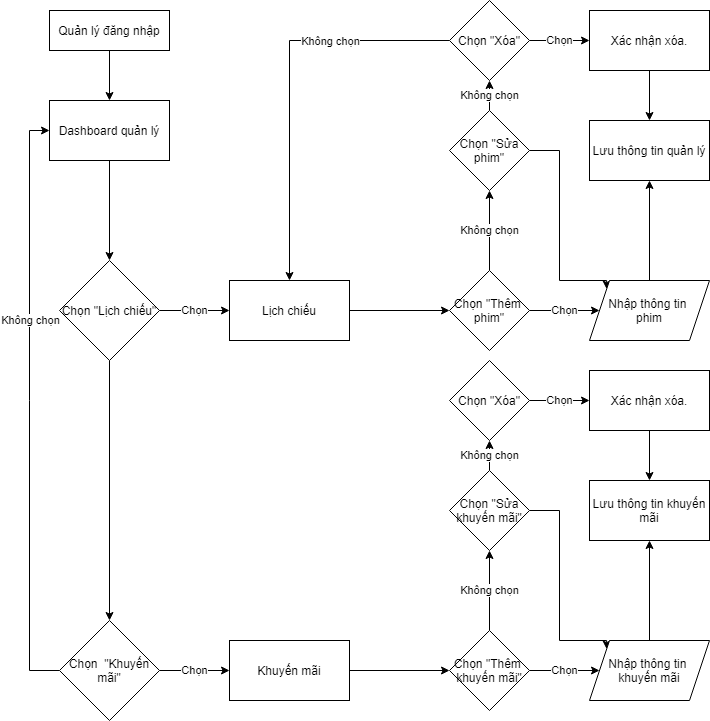
The draw.io diagram Report2_System_Design/GCF Charts/GCF_Manager.png in baolongnguyenmac/CinemaManagementSystem, before a commit. Source tidied: cells renumbered, new cells last; positions are measured from the earlier drawing's top-left corner, leaving out a move shared by most shapes. Its diagram source:
```xml
<mxGraphModel>
  <root>
    <mxCell id="0" />
    <mxCell id="1" parent="0" />
    <mxCell id="2" style="edgeStyle=orthogonalEdgeStyle;rounded=0;jettySize=auto;html=1;exitX=0.5;exitY=1;exitDx=0;exitDy=0;entryX=0.5;entryY=0;entryDx=0;entryDy=0;" parent="1" edge="1" source="3" target="5">
      <mxGeometry relative="1" as="geometry" />
    </mxCell>
    <mxCell id="3" value="Quản lý đăng nhập" style="rounded=0;whiteSpace=wrap;html=1;fontSize=12;glass=0;strokeWidth=1;shadow=0;" parent="1" vertex="1">
      <mxGeometry x="20" y="10" width="120" height="40" as="geometry" />
    </mxCell>
    <mxCell id="4" style="edgeStyle=orthogonalEdgeStyle;rounded=0;jettySize=auto;html=1;entryX=0.5;entryY=0;entryDx=0;entryDy=0;" parent="1" edge="1" source="5" target="8">
      <mxGeometry relative="1" as="geometry" />
    </mxCell>
    <mxCell id="5" value="Dashboard quản lý" style="rounded=0;whiteSpace=wrap;html=1;" parent="1" vertex="1">
      <mxGeometry x="20" y="100" width="120" height="60" as="geometry" />
    </mxCell>
    <mxCell id="6" value="Chọn" style="edgeStyle=orthogonalEdgeStyle;rounded=0;jettySize=auto;html=1;" parent="1" edge="1" source="8" target="10">
      <mxGeometry relative="1" as="geometry" />
    </mxCell>
    <mxCell id="7" style="edgeStyle=orthogonalEdgeStyle;rounded=0;jettySize=auto;html=1;" parent="1" edge="1" source="8" target="29">
      <mxGeometry relative="1" as="geometry" />
    </mxCell>
    <mxCell id="8" value="Chọn &quot;Lịch chiếu&quot;" style="rhombus;whiteSpace=wrap;html=1;" parent="1" vertex="1">
      <mxGeometry x="30" y="260" width="100" height="100" as="geometry" />
    </mxCell>
    <mxCell id="9" style="edgeStyle=orthogonalEdgeStyle;rounded=0;jettySize=auto;html=1;" parent="1" edge="1" source="10" target="13">
      <mxGeometry relative="1" as="geometry" />
    </mxCell>
    <mxCell id="10" value="Lịch chiếu" style="whiteSpace=wrap;html=1;" parent="1" vertex="1">
      <mxGeometry x="200" y="280" width="120" height="60" as="geometry" />
    </mxCell>
    <mxCell id="11" value="Không chọn" style="edgeStyle=orthogonalEdgeStyle;rounded=0;jettySize=auto;html=1;" parent="1" edge="1" source="13" target="16">
      <mxGeometry relative="1" as="geometry" />
    </mxCell>
    <mxCell id="12" value="Chọn" style="edgeStyle=orthogonalEdgeStyle;rounded=0;jettySize=auto;html=1;" parent="1" edge="1" source="13" target="22">
      <mxGeometry relative="1" as="geometry" />
    </mxCell>
    <mxCell id="13" value="Chọn &quot;Thêm&amp;nbsp; phim&quot;" style="rhombus;whiteSpace=wrap;html=1;" parent="1" vertex="1">
      <mxGeometry x="420" y="270" width="80" height="80" as="geometry" />
    </mxCell>
    <mxCell id="14" value="Không chọn" style="edgeStyle=orthogonalEdgeStyle;rounded=0;jettySize=auto;html=1;" parent="1" edge="1" source="16" target="20">
      <mxGeometry relative="1" as="geometry" />
    </mxCell>
    <mxCell id="15" style="edgeStyle=orthogonalEdgeStyle;rounded=0;jettySize=auto;html=1;entryX=0;entryY=0;entryDx=0;entryDy=0;" parent="1" edge="1" source="16" target="22">
      <mxGeometry relative="1" as="geometry">
        <Array as="points">
          <mxPoint x="530" y="150" />
          <mxPoint x="530" y="280" />
          <mxPoint x="577" y="280" />
        </Array>
      </mxGeometry>
    </mxCell>
    <mxCell id="16" value="Chọn &quot;Sửa phim&quot;" style="rhombus;whiteSpace=wrap;html=1;" parent="1" vertex="1">
      <mxGeometry x="420" y="110" width="80" height="80" as="geometry" />
    </mxCell>
    <mxCell id="17" value="Chọn" style="edgeStyle=orthogonalEdgeStyle;rounded=0;jettySize=auto;html=1;" parent="1" edge="1" source="20" target="25">
      <mxGeometry relative="1" as="geometry" />
    </mxCell>
    <mxCell id="18" style="edgeStyle=orthogonalEdgeStyle;rounded=0;jettySize=auto;html=1;entryX=0.5;entryY=0;entryDx=0;entryDy=0;" parent="1" edge="1" source="20" target="10">
      <mxGeometry relative="1" as="geometry" />
    </mxCell>
    <mxCell id="19" value="Không chọn" style="edgeLabel;html=1;align=center;verticalAlign=middle;" parent="18" vertex="1">
      <mxGeometry x="-0.4" relative="1" as="geometry" />
    </mxCell>
    <mxCell id="20" value="Chọn &quot;Xóa&quot;" style="rhombus;whiteSpace=wrap;html=1;" parent="1" vertex="1">
      <mxGeometry x="420" width="80" height="80" as="geometry" />
    </mxCell>
    <mxCell id="21" style="edgeStyle=orthogonalEdgeStyle;rounded=0;jettySize=auto;html=1;" parent="1" edge="1" source="22" target="23">
      <mxGeometry relative="1" as="geometry" />
    </mxCell>
    <mxCell id="22" value="Nhập thông tin &lt;br&gt;phim" style="shape=parallelogram;perimeter=parallelogramPerimeter;whiteSpace=wrap;html=1;fixedSize=1;" parent="1" vertex="1">
      <mxGeometry x="560" y="280" width="120" height="60" as="geometry" />
    </mxCell>
    <mxCell id="23" value="Lưu thông tin quản lý" style="whiteSpace=wrap;html=1;" parent="1" vertex="1">
      <mxGeometry x="560" y="120" width="120" height="60" as="geometry" />
    </mxCell>
    <mxCell id="24" style="edgeStyle=orthogonalEdgeStyle;rounded=0;jettySize=auto;html=1;" parent="1" edge="1" source="25" target="23">
      <mxGeometry relative="1" as="geometry" />
    </mxCell>
    <mxCell id="25" value="Xác nhận xóa." style="whiteSpace=wrap;html=1;" parent="1" vertex="1">
      <mxGeometry x="560" y="10" width="120" height="60" as="geometry" />
    </mxCell>
    <mxCell id="26" value="Chọn" style="edgeStyle=orthogonalEdgeStyle;rounded=0;jettySize=auto;html=1;" parent="1" edge="1" source="29" target="31">
      <mxGeometry relative="1" as="geometry" />
    </mxCell>
    <mxCell id="27" style="edgeStyle=orthogonalEdgeStyle;rounded=0;jettySize=auto;html=1;entryX=0;entryY=0.5;entryDx=0;entryDy=0;" parent="1" edge="1" source="29" target="5">
      <mxGeometry relative="1" as="geometry">
        <Array as="points">
          <mxPoint y="670" />
          <mxPoint y="130" />
        </Array>
      </mxGeometry>
    </mxCell>
    <mxCell id="28" value="Không chọn" style="edgeLabel;html=1;align=center;verticalAlign=middle;" parent="27" vertex="1">
      <mxGeometry x="0.29" relative="1" as="geometry" />
    </mxCell>
    <mxCell id="29" value="Chọn&amp;nbsp; &quot;Khuyến mãi&quot;" style="rhombus;whiteSpace=wrap;html=1;" parent="1" vertex="1">
      <mxGeometry x="30" y="620" width="100" height="100" as="geometry" />
    </mxCell>
    <mxCell id="30" style="edgeStyle=orthogonalEdgeStyle;rounded=0;jettySize=auto;html=1;" parent="1" edge="1" source="31" target="34">
      <mxGeometry relative="1" as="geometry" />
    </mxCell>
    <mxCell id="31" value="Khuyến mãi" style="whiteSpace=wrap;html=1;" parent="1" vertex="1">
      <mxGeometry x="200" y="640" width="120" height="60" as="geometry" />
    </mxCell>
    <mxCell id="32" value="Không chọn" style="edgeStyle=orthogonalEdgeStyle;rounded=0;jettySize=auto;html=1;" parent="1" edge="1" source="34" target="37">
      <mxGeometry relative="1" as="geometry" />
    </mxCell>
    <mxCell id="33" value="Chọn" style="edgeStyle=orthogonalEdgeStyle;rounded=0;jettySize=auto;html=1;" parent="1" edge="1" source="34" target="41">
      <mxGeometry relative="1" as="geometry" />
    </mxCell>
    <mxCell id="34" value="Chọn &quot;Thêm&amp;nbsp; khuyến mãi&quot;" style="rhombus;whiteSpace=wrap;html=1;" parent="1" vertex="1">
      <mxGeometry x="420" y="630" width="80" height="80" as="geometry" />
    </mxCell>
    <mxCell id="35" value="Không chọn" style="edgeStyle=orthogonalEdgeStyle;rounded=0;jettySize=auto;html=1;" parent="1" edge="1" source="37" target="39">
      <mxGeometry relative="1" as="geometry" />
    </mxCell>
    <mxCell id="36" style="edgeStyle=orthogonalEdgeStyle;rounded=0;jettySize=auto;html=1;entryX=0;entryY=0;entryDx=0;entryDy=0;" parent="1" edge="1" source="37" target="41">
      <mxGeometry relative="1" as="geometry">
        <Array as="points">
          <mxPoint x="530" y="510" />
          <mxPoint x="530" y="640" />
          <mxPoint x="577" y="640" />
        </Array>
      </mxGeometry>
    </mxCell>
    <mxCell id="37" value="Chọn &quot;Sửa khuyến mãi&quot;" style="rhombus;whiteSpace=wrap;html=1;" parent="1" vertex="1">
      <mxGeometry x="420" y="470" width="80" height="80" as="geometry" />
    </mxCell>
    <mxCell id="38" value="Chọn" style="edgeStyle=orthogonalEdgeStyle;rounded=0;jettySize=auto;html=1;" parent="1" edge="1" source="39" target="44">
      <mxGeometry relative="1" as="geometry" />
    </mxCell>
    <mxCell id="39" value="Chọn &quot;Xóa&quot;" style="rhombus;whiteSpace=wrap;html=1;" parent="1" vertex="1">
      <mxGeometry x="420" y="360" width="80" height="80" as="geometry" />
    </mxCell>
    <mxCell id="40" style="edgeStyle=orthogonalEdgeStyle;rounded=0;jettySize=auto;html=1;" parent="1" edge="1" source="41" target="42">
      <mxGeometry relative="1" as="geometry" />
    </mxCell>
    <mxCell id="41" value="Nhập thông tin &lt;br&gt;khuyến mãi" style="shape=parallelogram;perimeter=parallelogramPerimeter;whiteSpace=wrap;html=1;fixedSize=1;" parent="1" vertex="1">
      <mxGeometry x="560" y="640" width="120" height="60" as="geometry" />
    </mxCell>
    <mxCell id="42" value="Lưu thông tin khuyến mãi" style="whiteSpace=wrap;html=1;" parent="1" vertex="1">
      <mxGeometry x="560" y="480" width="120" height="60" as="geometry" />
    </mxCell>
    <mxCell id="43" style="edgeStyle=orthogonalEdgeStyle;rounded=0;jettySize=auto;html=1;" parent="1" edge="1" source="44" target="42">
      <mxGeometry relative="1" as="geometry" />
    </mxCell>
    <mxCell id="44" value="Xác nhận xóa." style="whiteSpace=wrap;html=1;" parent="1" vertex="1">
      <mxGeometry x="560" y="370" width="120" height="60" as="geometry" />
    </mxCell>
  </root>
</mxGraphModel>
```
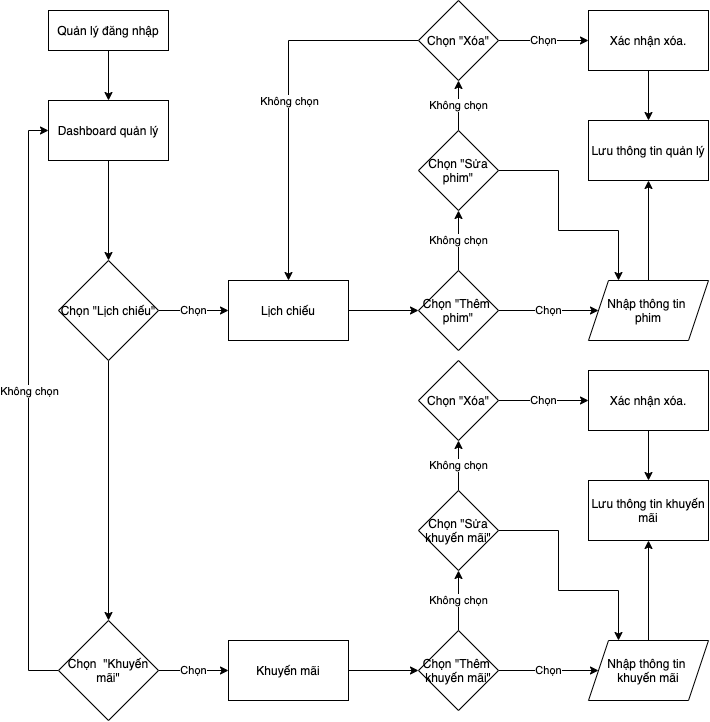
The same diagram one commit later.

Change to the diagram source:
```diff
@@ -36,22 +36,22 @@
       <mxGeometry relative="1" as="geometry" />
     </mxCell>
     <mxCell id="13" value="Chọn &quot;Thêm&amp;nbsp; phim&quot;" style="rhombus;whiteSpace=wrap;html=1;" parent="1" vertex="1">
-      <mxGeometry x="420" y="270" width="80" height="80" as="geometry" />
+      <mxGeometry x="390" y="270" width="80" height="80" as="geometry" />
     </mxCell>
     <mxCell id="14" value="Không chọn" style="edgeStyle=orthogonalEdgeStyle;rounded=0;jettySize=auto;html=1;" parent="1" edge="1" source="16" target="20">
       <mxGeometry relative="1" as="geometry" />
     </mxCell>
-    <mxCell id="15" style="edgeStyle=orthogonalEdgeStyle;rounded=0;jettySize=auto;html=1;entryX=0;entryY=0;entryDx=0;entryDy=0;" parent="1" edge="1" source="16" target="22">
+    <mxCell id="15" style="edgeStyle=orthogonalEdgeStyle;rounded=0;jettySize=auto;html=1;entryX=0.25;entryY=0;entryDx=0;entryDy=0;exitX=1;exitY=0.5;exitDx=0;exitDy=0;" parent="1" edge="1" source="16" target="22">
       <mxGeometry relative="1" as="geometry">
         <Array as="points">
-          <mxPoint x="530" y="150" />
-          <mxPoint x="530" y="280" />
-          <mxPoint x="577" y="280" />
+          <mxPoint x="530" y="170" />
+          <mxPoint x="530" y="230" />
+          <mxPoint x="590" y="230" />
         </Array>
       </mxGeometry>
     </mxCell>
     <mxCell id="16" value="Chọn &quot;Sửa phim&quot;" style="rhombus;whiteSpace=wrap;html=1;" parent="1" vertex="1">
-      <mxGeometry x="420" y="110" width="80" height="80" as="geometry" />
+      <mxGeometry x="390" y="130" width="80" height="80" as="geometry" />
     </mxCell>
     <mxCell id="17" value="Chọn" style="edgeStyle=orthogonalEdgeStyle;rounded=0;jettySize=auto;html=1;" parent="1" edge="1" source="20" target="25">
       <mxGeometry relative="1" as="geometry" />
@@ -60,10 +60,12 @@
       <mxGeometry relative="1" as="geometry" />
     </mxCell>
     <mxCell id="19" value="Không chọn" style="edgeLabel;html=1;align=center;verticalAlign=middle;" parent="18" vertex="1">
-      <mxGeometry x="-0.4" relative="1" as="geometry" />
+      <mxGeometry x="-0.4" relative="1" as="geometry">
+        <mxPoint x="-18.3" y="60" as="offset" />
+      </mxGeometry>
     </mxCell>
     <mxCell id="20" value="Chọn &quot;Xóa&quot;" style="rhombus;whiteSpace=wrap;html=1;" parent="1" vertex="1">
-      <mxGeometry x="420" width="80" height="80" as="geometry" />
+      <mxGeometry x="390" width="80" height="80" as="geometry" />
     </mxCell>
     <mxCell id="21" style="edgeStyle=orthogonalEdgeStyle;rounded=0;jettySize=auto;html=1;" parent="1" edge="1" source="22" target="23">
       <mxGeometry relative="1" as="geometry" />
@@ -92,7 +94,9 @@
       </mxGeometry>
     </mxCell>
     <mxCell id="28" value="Không chọn" style="edgeLabel;html=1;align=center;verticalAlign=middle;" parent="27" vertex="1">
-      <mxGeometry x="0.29" relative="1" as="geometry" />
+      <mxGeometry x="0.29" relative="1" as="geometry">
+        <mxPoint y="70" as="offset" />
+      </mxGeometry>
     </mxCell>
     <mxCell id="29" value="Chọn&amp;nbsp; &quot;Khuyến mãi&quot;" style="rhombus;whiteSpace=wrap;html=1;" parent="1" vertex="1">
       <mxGeometry x="30" y="620" width="100" height="100" as="geometry" />
@@ -110,28 +114,28 @@
       <mxGeometry relative="1" as="geometry" />
     </mxCell>
     <mxCell id="34" value="Chọn &quot;Thêm&amp;nbsp; khuyến mãi&quot;" style="rhombus;whiteSpace=wrap;html=1;" parent="1" vertex="1">
-      <mxGeometry x="420" y="630" width="80" height="80" as="geometry" />
+      <mxGeometry x="390" y="630" width="80" height="80" as="geometry" />
     </mxCell>
     <mxCell id="35" value="Không chọn" style="edgeStyle=orthogonalEdgeStyle;rounded=0;jettySize=auto;html=1;" parent="1" edge="1" source="37" target="39">
       <mxGeometry relative="1" as="geometry" />
     </mxCell>
-    <mxCell id="36" style="edgeStyle=orthogonalEdgeStyle;rounded=0;jettySize=auto;html=1;entryX=0;entryY=0;entryDx=0;entryDy=0;" parent="1" edge="1" source="37" target="41">
+    <mxCell id="36" style="edgeStyle=orthogonalEdgeStyle;rounded=0;jettySize=auto;html=1;entryX=0.25;entryY=0;entryDx=0;entryDy=0;exitX=1;exitY=0.5;exitDx=0;exitDy=0;" parent="1" edge="1" source="37" target="41">
       <mxGeometry relative="1" as="geometry">
         <Array as="points">
-          <mxPoint x="530" y="510" />
-          <mxPoint x="530" y="640" />
-          <mxPoint x="577" y="640" />
+          <mxPoint x="530" y="530" />
+          <mxPoint x="530" y="590" />
+          <mxPoint x="590" y="590" />
         </Array>
       </mxGeometry>
     </mxCell>
     <mxCell id="37" value="Chọn &quot;Sửa khuyến mãi&quot;" style="rhombus;whiteSpace=wrap;html=1;" parent="1" vertex="1">
-      <mxGeometry x="420" y="470" width="80" height="80" as="geometry" />
+      <mxGeometry x="390" y="490" width="80" height="80" as="geometry" />
     </mxCell>
     <mxCell id="38" value="Chọn" style="edgeStyle=orthogonalEdgeStyle;rounded=0;jettySize=auto;html=1;" parent="1" edge="1" source="39" target="44">
       <mxGeometry relative="1" as="geometry" />
     </mxCell>
     <mxCell id="39" value="Chọn &quot;Xóa&quot;" style="rhombus;whiteSpace=wrap;html=1;" parent="1" vertex="1">
-      <mxGeometry x="420" y="360" width="80" height="80" as="geometry" />
+      <mxGeometry x="390" y="360" width="80" height="80" as="geometry" />
     </mxCell>
     <mxCell id="40" style="edgeStyle=orthogonalEdgeStyle;rounded=0;jettySize=auto;html=1;" parent="1" edge="1" source="41" target="42">
       <mxGeometry relative="1" as="geometry" />
```
